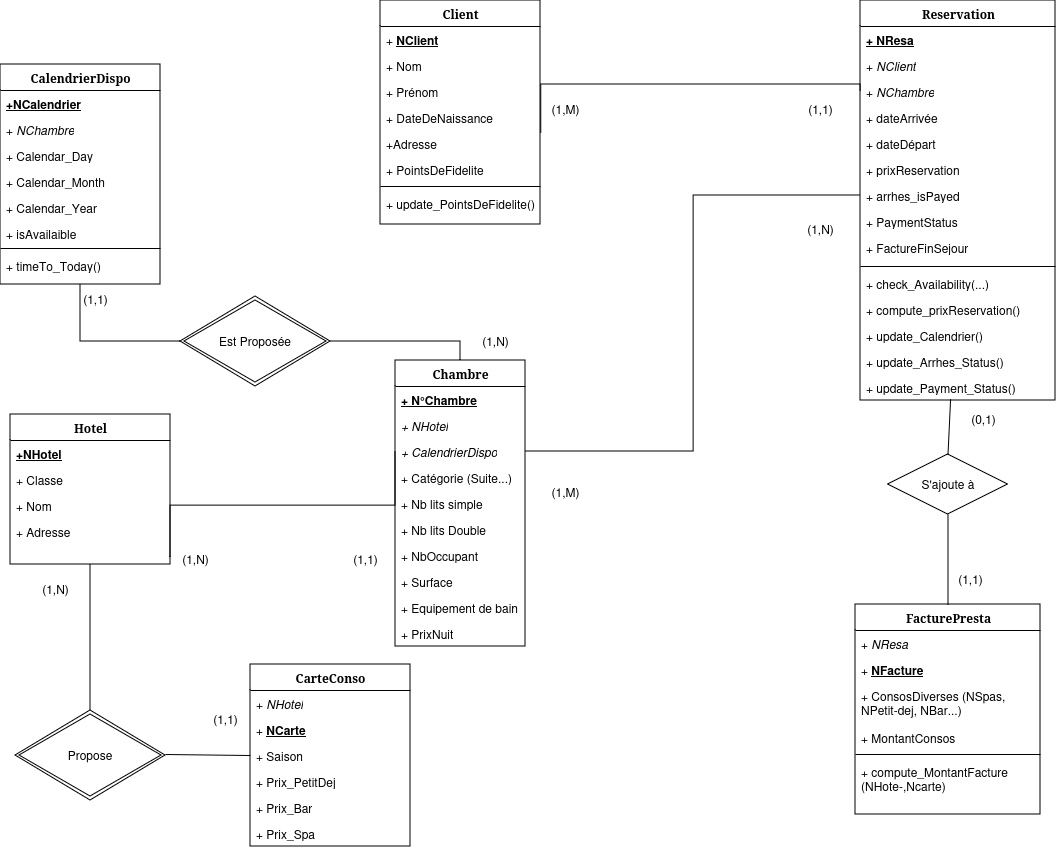
This is EA.drawio.png from Adrien-bot/Biostat-BDD, a draw.io export, as it was before one commit. Source tidied: cells renumbered, new cells last; positions are measured from the earlier drawing's top-left corner, leaving out a move shared by most shapes.
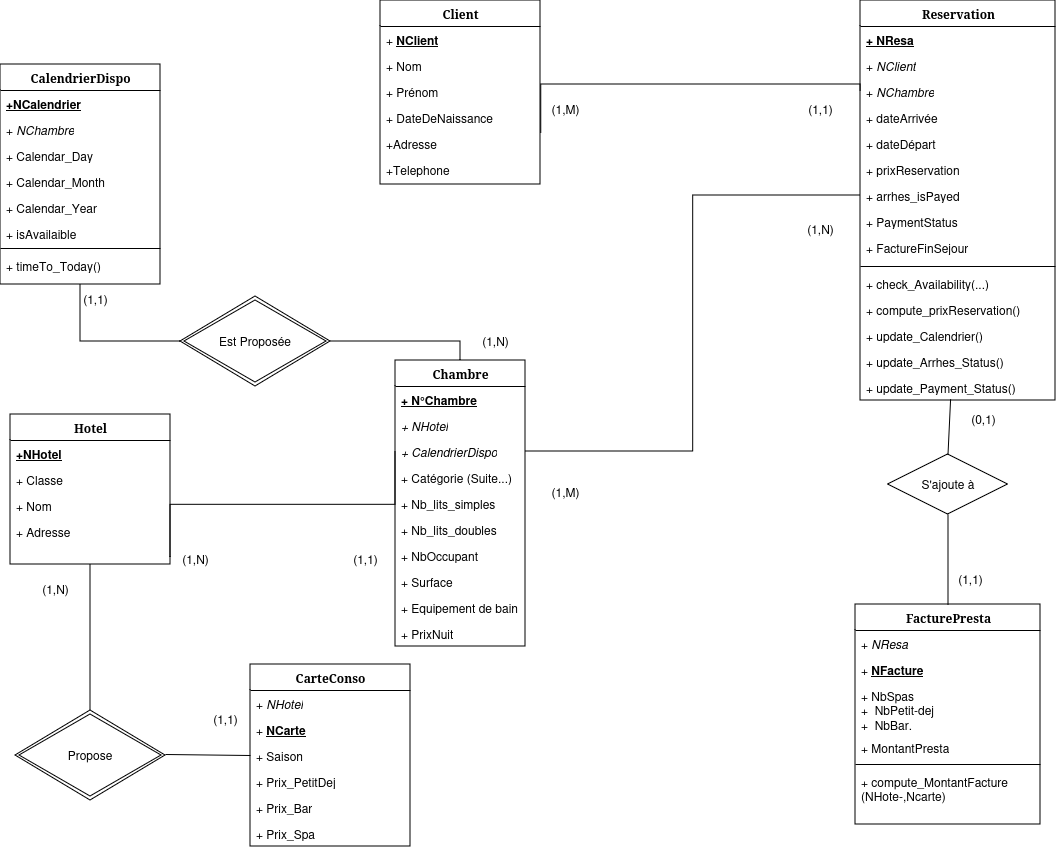
The same diagram one commit later.

The edit, as a diff of the source:
```diff
@@ -23,10 +23,10 @@
     <mxCell id="7" value="+ Catégorie (Suite...)" style="text;html=1;strokeColor=none;fillColor=none;align=left;verticalAlign=top;spacingLeft=4;spacingRight=4;whiteSpace=wrap;overflow=hidden;" parent="3" vertex="1">
       <mxGeometry y="104" width="130" height="26" as="geometry" />
     </mxCell>
-    <mxCell id="8" value="+ Nb lits simple" style="text;html=1;strokeColor=none;fillColor=none;align=left;verticalAlign=top;spacingLeft=4;spacingRight=4;whiteSpace=wrap;overflow=hidden;" parent="3" vertex="1">
+    <mxCell id="8" value="+ Nb_lits_simples" style="text;html=1;strokeColor=none;fillColor=none;align=left;verticalAlign=top;spacingLeft=4;spacingRight=4;whiteSpace=wrap;overflow=hidden;" parent="3" vertex="1">
       <mxGeometry y="130" width="130" height="26" as="geometry" />
     </mxCell>
-    <mxCell id="9" value="+ Nb lits Double" style="text;html=1;strokeColor=none;fillColor=none;align=left;verticalAlign=top;spacingLeft=4;spacingRight=4;whiteSpace=wrap;overflow=hidden;" parent="3" vertex="1">
+    <mxCell id="9" value="+ Nb_lits_doubles" style="text;html=1;strokeColor=none;fillColor=none;align=left;verticalAlign=top;spacingLeft=4;spacingRight=4;whiteSpace=wrap;overflow=hidden;" parent="3" vertex="1">
       <mxGeometry y="156" width="130" height="26" as="geometry" />
     </mxCell>
     <mxCell id="10" value="+ NbOccupant" style="text;html=1;strokeColor=none;fillColor=none;align=left;verticalAlign=top;spacingLeft=4;spacingRight=4;whiteSpace=wrap;overflow=hidden;" parent="3" vertex="1">
@@ -57,7 +57,7 @@
       <mxGeometry y="104" width="160" height="26" as="geometry" />
     </mxCell>
     <mxCell id="19" value="Client" style="swimlane;html=1;fontStyle=1;align=center;verticalAlign=top;horizontal=1;startSize=26;swimlaneFillColor=#ffffff;rounded=0;shadow=0;comic=0;labelBackgroundColor=none;strokeWidth=1;fillColor=none;fontFamily=Verdana;fontSize=12;" parent="1" vertex="1">
-      <mxGeometry x="380" width="160" height="224" as="geometry" />
+      <mxGeometry x="380" width="160" height="184" as="geometry" />
     </mxCell>
     <mxCell id="20" value="+ &lt;b&gt;&lt;u&gt;NClient&lt;/u&gt;&lt;/b&gt;" style="text;html=1;strokeColor=none;fillColor=none;align=left;verticalAlign=top;spacingLeft=4;spacingRight=4;whiteSpace=wrap;overflow=hidden;" parent="19" vertex="1">
       <mxGeometry y="26" width="160" height="26" as="geometry" />
@@ -74,15 +74,9 @@
     <mxCell id="24" value="+Adresse" style="text;html=1;strokeColor=none;fillColor=none;align=left;verticalAlign=top;spacingLeft=4;spacingRight=4;whiteSpace=wrap;overflow=hidden;points=[[0,0.5],[1,0.5]];portConstraint=eastwest;" parent="19" vertex="1">
       <mxGeometry y="130" width="160" height="26" as="geometry" />
     </mxCell>
-    <mxCell id="25" value="+ PointsDeFidelite" style="text;html=1;strokeColor=none;fillColor=none;align=left;verticalAlign=top;spacingLeft=4;spacingRight=4;whiteSpace=wrap;overflow=hidden;" parent="19" vertex="1">
+    <mxCell id="25" value="+Telephone" style="text;html=1;strokeColor=none;fillColor=none;align=left;verticalAlign=top;spacingLeft=4;spacingRight=4;whiteSpace=wrap;overflow=hidden;" parent="19" vertex="1">
       <mxGeometry y="156" width="160" height="26" as="geometry" />
     </mxCell>
-    <mxCell id="26" style="line;strokeWidth=1;fillColor=none;align=left;verticalAlign=middle;spacingTop=-1;spacingLeft=3;spacingRight=3;labelPosition=right;strokeColor=inherit;" parent="19" vertex="1">
-      <mxGeometry y="182" width="160" height="8" as="geometry" />
-    </mxCell>
-    <mxCell id="27" value="+ update_PointsDeFidelite()" style="text;html=1;strokeColor=none;fillColor=none;align=left;verticalAlign=top;spacingLeft=4;spacingRight=4;whiteSpace=wrap;overflow=hidden;" parent="19" vertex="1">
-      <mxGeometry y="190" width="160" height="26" as="geometry" />
-    </mxCell>
     <mxCell id="28" value="CalendrierDispo" style="swimlane;html=1;fontStyle=1;align=center;verticalAlign=top;horizontal=1;startSize=26;swimlaneFillColor=#ffffff;rounded=0;shadow=0;comic=0;labelBackgroundColor=none;strokeWidth=1;fillColor=none;fontFamily=Verdana;fontSize=12;" parent="1" vertex="1">
       <mxGeometry y="64" width="160" height="220" as="geometry" />
     </mxCell>
@@ -159,7 +153,7 @@
       <mxGeometry y="374" width="195" height="26" as="geometry" />
     </mxCell>
     <mxCell id="53" value="FacturePresta" style="swimlane;html=1;fontStyle=1;align=center;verticalAlign=top;horizontal=1;startSize=26;swimlaneFillColor=#ffffff;rounded=0;shadow=0;comic=0;labelBackgroundColor=none;strokeWidth=1;fillColor=none;fontFamily=Verdana;fontSize=12;" parent="1" vertex="1">
-      <mxGeometry x="855" y="604" width="185" height="210" as="geometry" />
+      <mxGeometry x="855" y="604" width="185" height="220" as="geometry" />
     </mxCell>
     <mxCell id="54" value="+ &lt;i&gt;NResa&lt;/i&gt;" style="text;html=1;strokeColor=none;fillColor=none;align=left;verticalAlign=top;spacingLeft=4;spacingRight=4;whiteSpace=wrap;overflow=hidden;" parent="53" vertex="1">
       <mxGeometry y="26" width="185" height="26" as="geometry" />
@@ -167,17 +161,17 @@
     <mxCell id="55" value="+ &lt;b&gt;&lt;u&gt;NFacture&lt;/u&gt;&lt;/b&gt;" style="text;html=1;strokeColor=none;fillColor=none;align=left;verticalAlign=top;spacingLeft=4;spacingRight=4;whiteSpace=wrap;overflow=hidden;" parent="53" vertex="1">
       <mxGeometry y="52" width="185" height="26" as="geometry" />
     </mxCell>
-    <mxCell id="56" value="+ ConsosDiverses (NSpas, NPetit-dej, NBar...)" style="text;html=1;strokeColor=none;fillColor=none;align=left;verticalAlign=top;spacingLeft=4;spacingRight=4;whiteSpace=wrap;overflow=hidden;" parent="53" vertex="1">
-      <mxGeometry y="78" width="185" height="42" as="geometry" />
+    <mxCell id="56" value="&lt;div&gt;+ NbSpas&lt;/div&gt;&lt;div&gt;+&amp;nbsp; NbPetit-dej&lt;/div&gt;&lt;div&gt;+&amp;nbsp; NbBar.&lt;/div&gt;" style="text;html=1;strokeColor=none;fillColor=none;align=left;verticalAlign=top;spacingLeft=4;spacingRight=4;whiteSpace=wrap;overflow=hidden;" parent="53" vertex="1">
+      <mxGeometry y="78" width="185" height="52" as="geometry" />
     </mxCell>
-    <mxCell id="57" value="+ MontantConsos" style="text;html=1;strokeColor=none;fillColor=none;align=left;verticalAlign=top;spacingLeft=4;spacingRight=4;whiteSpace=wrap;overflow=hidden;" parent="53" vertex="1">
-      <mxGeometry y="120" width="185" height="26" as="geometry" />
+    <mxCell id="57" value="+ MontantPresta" style="text;html=1;strokeColor=none;fillColor=none;align=left;verticalAlign=top;spacingLeft=4;spacingRight=4;whiteSpace=wrap;overflow=hidden;" parent="53" vertex="1">
+      <mxGeometry y="130" width="185" height="26" as="geometry" />
     </mxCell>
     <mxCell id="58" style="line;strokeWidth=1;fillColor=none;align=left;verticalAlign=middle;spacingTop=-1;spacingLeft=3;spacingRight=3;labelPosition=right;strokeColor=inherit;" parent="53" vertex="1">
-      <mxGeometry y="146" width="185" height="8" as="geometry" />
+      <mxGeometry y="156" width="185" height="8" as="geometry" />
     </mxCell>
     <mxCell id="59" value="+ compute_MontantFacture (NHote-,Ncarte)" style="text;strokeColor=none;fillColor=none;align=left;verticalAlign=top;spacingLeft=4;spacingRight=4;overflow=hidden;whiteSpace=wrap;html=1;" parent="53" vertex="1">
-      <mxGeometry y="154" width="185" height="56" as="geometry" />
+      <mxGeometry y="164" width="185" height="56" as="geometry" />
     </mxCell>
     <mxCell id="60" value="CarteConso" style="swimlane;html=1;fontStyle=1;align=center;verticalAlign=top;horizontal=1;startSize=26;swimlaneFillColor=#ffffff;rounded=0;shadow=0;comic=0;labelBackgroundColor=none;strokeWidth=1;fillColor=none;fontFamily=Verdana;fontSize=12;" parent="1" vertex="1">
       <mxGeometry x="250" y="664" width="160" height="182" as="geometry" />
```
